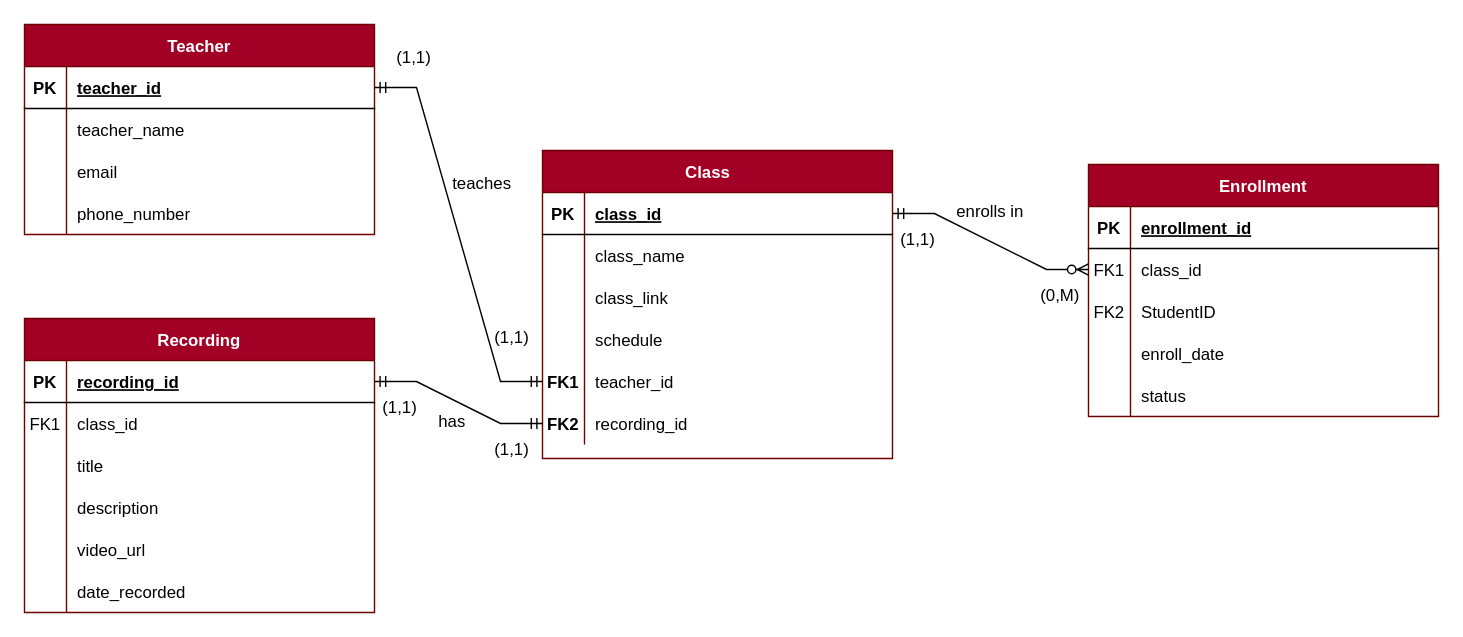
EzraChai/CMT221-Assignment keeps this draw.io diagram as CMT221_Assignment.drawio. Above is the earlier version. Source tidied: cells renumbered, new cells numbered last; positions are measured from the earlier drawing's top-left corner, leaving out a move shared by most shapes. Both pictures are drawn from the tidied source at 140%, with x=0, y=0 at pixel (24, 24).
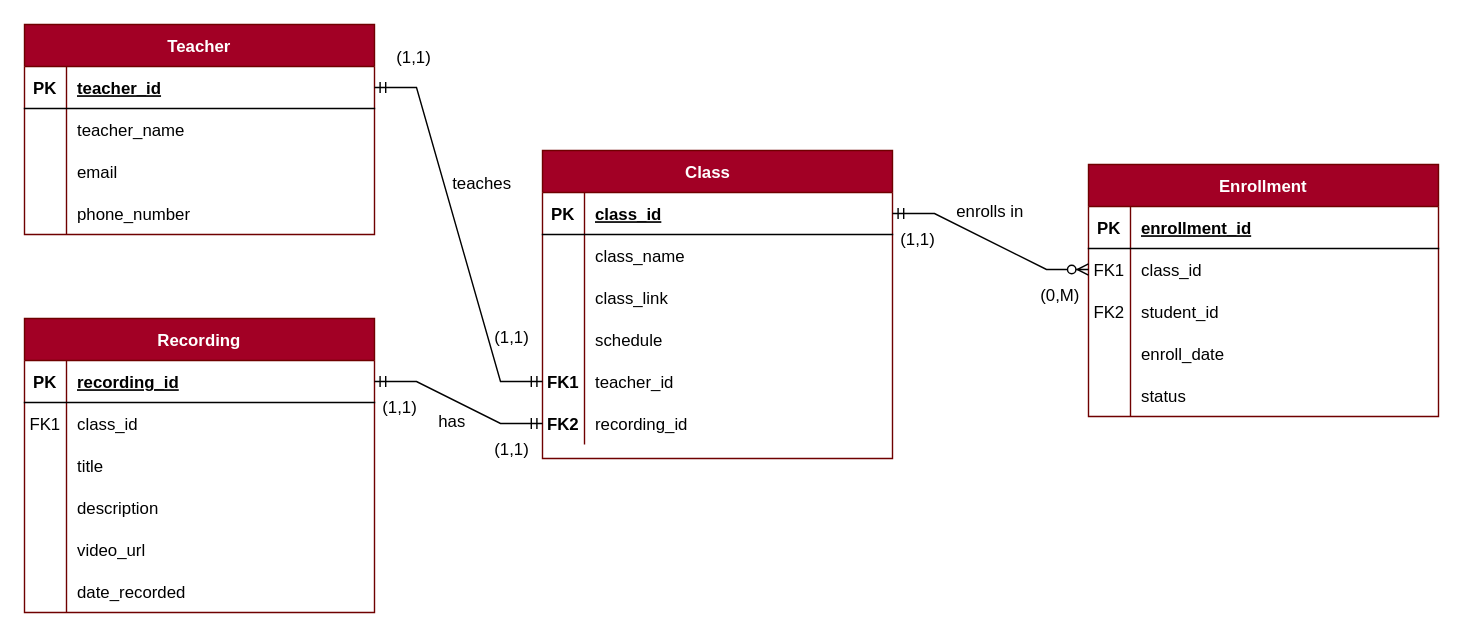
After the change.

Unchanged cells that the change refers to:
```xml
<mxCell id="9" style="shape=partialRectangle;fillColor=none;top=0;left=0;right=0;bottom=0;" parent="2" vertex="1">
  <mxGeometry y="90" width="250" height="30" as="geometry" />
</mxCell>
```

What changed in the source:
```diff
@@
-    <mxCell id="11" value="StudentID" style="shape=partialRectangle;overflow=hidden;fillColor=none;top=0;left=0;bottom=0;right=0;align=left;spacingLeft=6;" parent="9" vertex="1">
+    <mxCell id="11" value="student_id" style="shape=partialRectangle;overflow=hidden;fillColor=none;top=0;left=0;bottom=0;right=0;align=left;spacingLeft=6;" parent="9" vertex="1">
       <mxGeometry x="30" width="220" height="30" as="geometry" />
     </mxCell>
```
